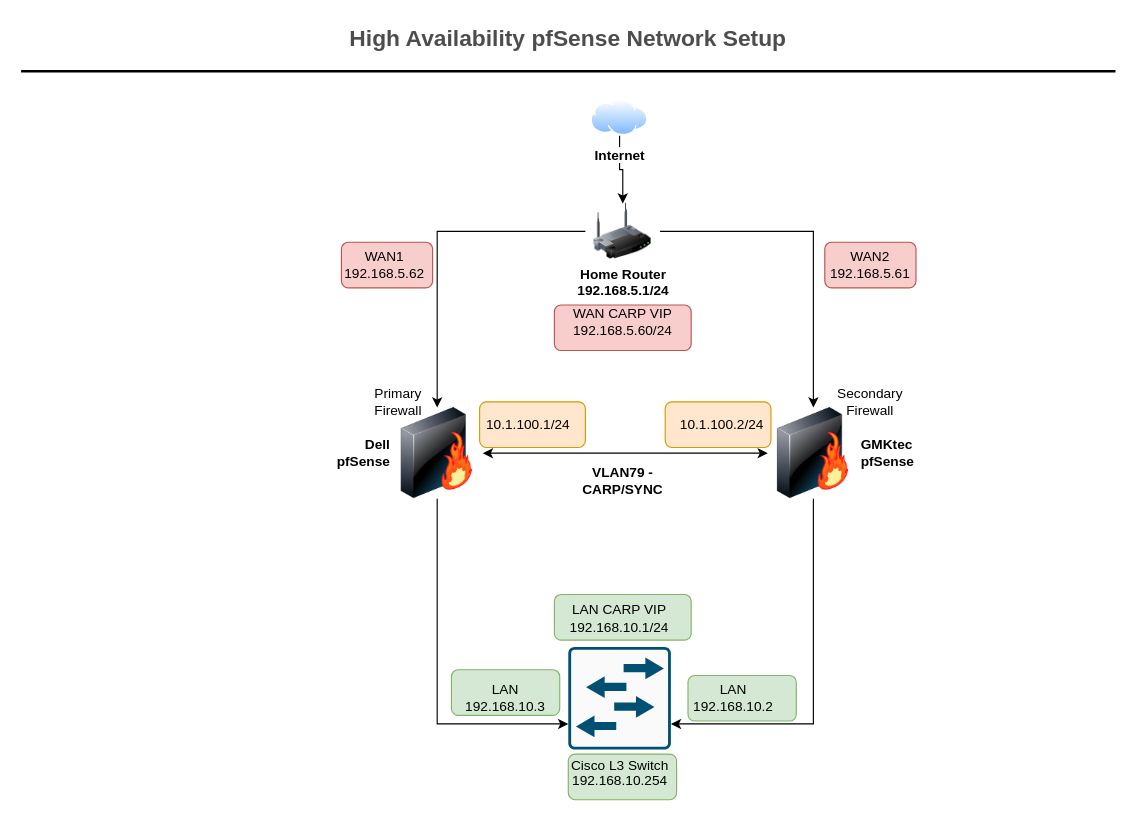
This is page "pfSense HA" (2 of 2) of Data/Current Simple Diagram.drawio from fahadshery/AnalyticsEdge, a draw.io file, before an edit. Source tidied: cells renumbered, new cells numbered last; positions are measured from the earlier drawing's top-left corner, leaving out a move shared by most shapes. Both pictures are drawn from the tidied source at 114%, with x=0, y=0 at pixel (21, 19).
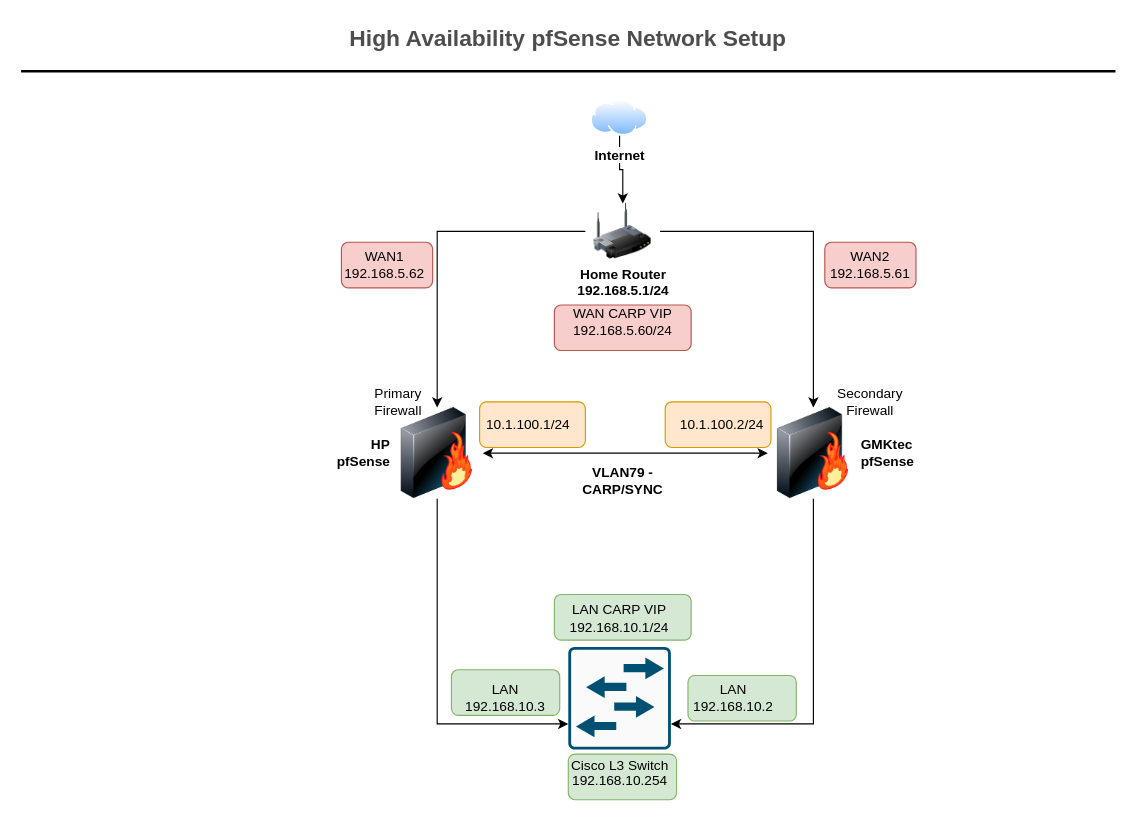
The same diagram, later.

The edit, as a diff of the source:
```diff
@@
-    <mxCell id="20" value="Dell&lt;br&gt;pfSense" style="image;html=1;image=img/lib/clip_art/networking/Firewall-page1_128x128.png;labelPosition=left;verticalLabelPosition=middle;align=right;verticalAlign=middle;fontStyle=1;" parent="1" vertex="1">
+    <mxCell id="20" value="HP&lt;br&gt;pfSense" style="image;html=1;image=img/lib/clip_art/networking/Firewall-page1_128x128.png;labelPosition=left;verticalLabelPosition=middle;align=right;verticalAlign=middle;fontStyle=1;" parent="1" vertex="1">
       <mxGeometry x="325" y="340" width="80" height="80" as="geometry" />
     </mxCell>
```
